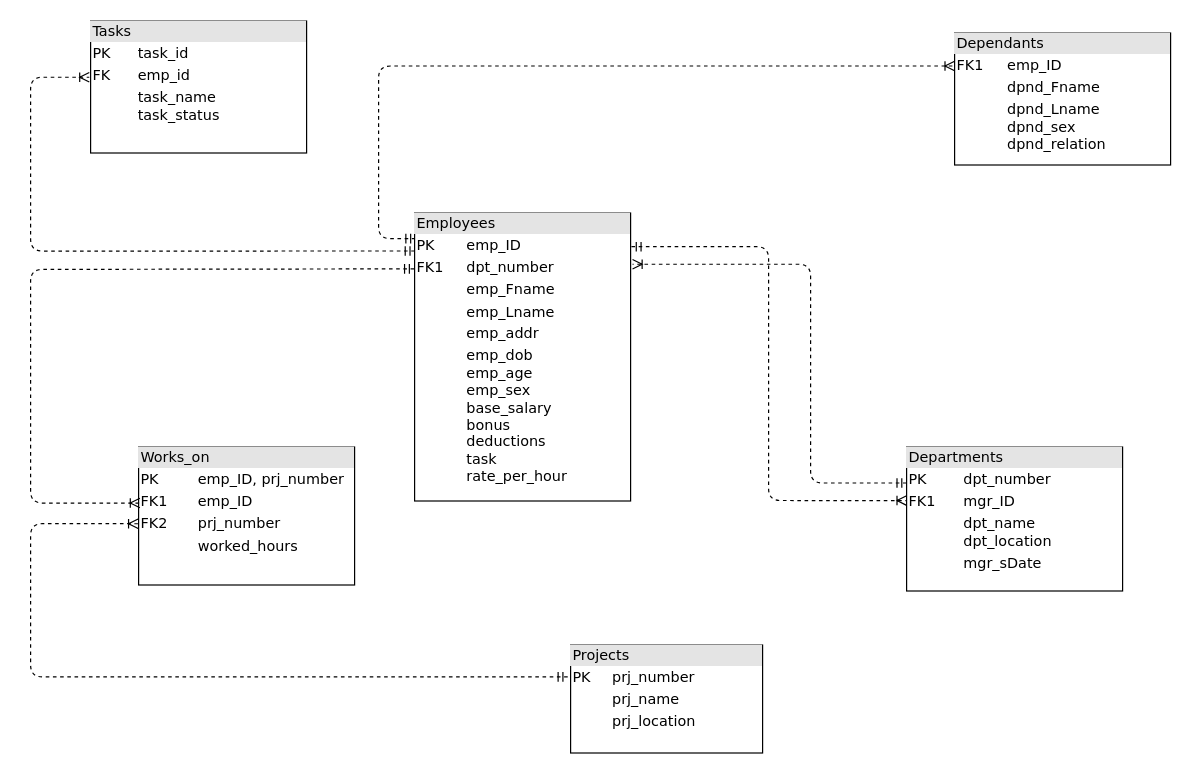
Before: models/ConsptualDiagram.drawio in Alsayed-Aldkhakhni/DB-Project, a draw.io diagram. Source tidied: cells renumbered, new cells numbered last; positions are measured from the earlier drawing's top-left corner, leaving out a move shared by most shapes. Both pictures are drawn from the tidied source at 120%, with x=0, y=0 at pixel (30, 20).
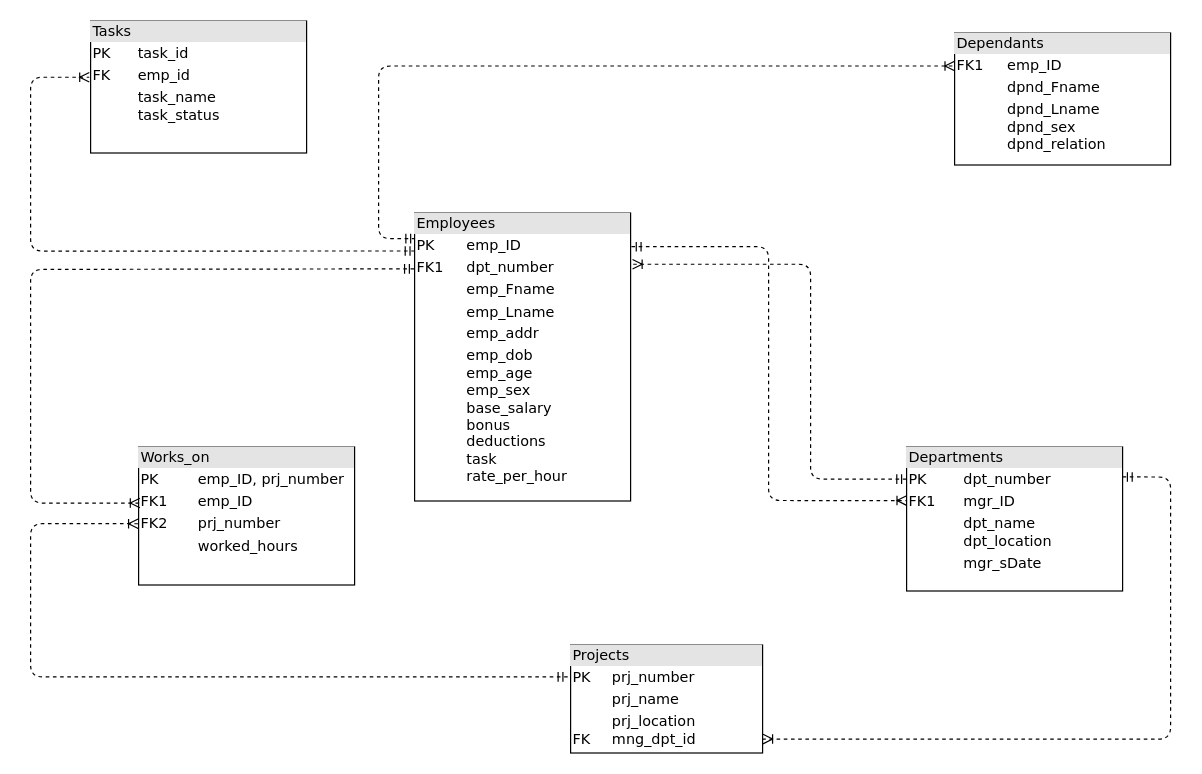
Above is the later version.

Commit message:
Set the relationship between project and department.

Unchanged cells that the change refers to:
```xml
<mxCell id="3" value="&lt;div style=&quot;box-sizing: border-box ; width: 100% ; background: #e4e4e4 ; padding: 2px&quot;&gt;Employees&lt;/div&gt;&lt;table style=&quot;width: 100% ; font-size: 1em&quot; cellpadding=&quot;2&quot; cellspacing=&quot;0&quot;&gt;&lt;tbody&gt;&lt;tr&gt;&lt;td&gt;PK&lt;/td&gt;&lt;td&gt;emp_ID&lt;/td&gt;&lt;/tr&gt;&lt;tr&gt;&lt;td&gt;FK1&lt;/td&gt;&lt;td&gt;dpt_number&lt;/td&gt;&lt;/tr&gt;&lt;tr&gt;&lt;td&gt;&lt;/td&gt;&lt;td&gt;emp_Fname&lt;/td&gt;&lt;/tr&gt;&lt;tr&gt;&lt;td&gt;&lt;br&gt;&lt;/td&gt;&lt;td&gt;emp_Lname&lt;br&gt;&lt;/td&gt;&lt;/tr&gt;&lt;tr&gt;&lt;td&gt;&lt;br&gt;&lt;/td&gt;&lt;td&gt;emp_addr&lt;br&gt;&lt;/td&gt;&lt;/tr&gt;&lt;tr&gt;&lt;td&gt;&lt;br&gt;&lt;/td&gt;&lt;td&gt;emp_dob&lt;br&gt;emp_age&lt;br&gt;emp_sex&lt;br&gt;base_salary&lt;br&gt;bonus&lt;br&gt;deductions&lt;br&gt;task&lt;br&gt;rate_per_hour&lt;br&gt;&lt;/td&gt;&lt;/tr&gt;&lt;/tbody&gt;&lt;/table&gt;" style="verticalAlign=top;align=left;overflow=fill;html=1;rounded=0;shadow=0;comic=0;labelBackgroundColor=none;strokeWidth=1;fontFamily=Verdana;fontSize=12;" parent="1" vertex="1">
  <mxGeometry x="320" y="160" width="180" height="240" as="geometry" />
</mxCell>
<mxCell id="6" value="&lt;div style=&quot;box-sizing: border-box ; width: 100% ; background: #e4e4e4 ; padding: 2px&quot;&gt;Departments&lt;/div&gt;&lt;table style=&quot;width: 100% ; font-size: 1em&quot; cellpadding=&quot;2&quot; cellspacing=&quot;0&quot;&gt;&lt;tbody&gt;&lt;tr&gt;&lt;td&gt;PK&lt;/td&gt;&lt;td&gt;dpt_number&lt;/td&gt;&lt;/tr&gt;&lt;tr&gt;&lt;td&gt;FK1&lt;/td&gt;&lt;td&gt;mgr_ID&lt;/td&gt;&lt;/tr&gt;&lt;tr&gt;&lt;td&gt;&lt;br&gt;&lt;/td&gt;&lt;td&gt;dpt_name&lt;br&gt;dpt_location&lt;br&gt;&lt;/td&gt;&lt;/tr&gt;&lt;tr&gt;&lt;td&gt;&lt;br&gt;&lt;/td&gt;&lt;td&gt;mgr_sDate&lt;/td&gt;&lt;/tr&gt;&lt;tr&gt;&lt;td&gt;&lt;br&gt;&lt;/td&gt;&lt;td&gt;&lt;br&gt;&lt;/td&gt;&lt;/tr&gt;&lt;tr&gt;&lt;td&gt;&lt;br&gt;&lt;/td&gt;&lt;td&gt;&lt;br&gt;&lt;/td&gt;&lt;/tr&gt;&lt;tr&gt;&lt;td&gt;&lt;br&gt;&lt;/td&gt;&lt;td&gt;&lt;br&gt;&lt;/td&gt;&lt;/tr&gt;&lt;tr&gt;&lt;td&gt;&lt;br&gt;&lt;/td&gt;&lt;td&gt;&lt;br&gt;&lt;/td&gt;&lt;/tr&gt;&lt;tr&gt;&lt;td&gt;&lt;br&gt;&lt;/td&gt;&lt;td&gt;&lt;br&gt;&lt;/td&gt;&lt;/tr&gt;&lt;tr&gt;&lt;td&gt;&lt;br&gt;&lt;/td&gt;&lt;td&gt;&lt;br&gt;&lt;/td&gt;&lt;/tr&gt;&lt;tr&gt;&lt;td&gt;&lt;br&gt;&lt;/td&gt;&lt;td&gt;&lt;br&gt;&lt;/td&gt;&lt;/tr&gt;&lt;tr&gt;&lt;td&gt;&lt;br&gt;&lt;/td&gt;&lt;td&gt;&lt;br&gt;&lt;/td&gt;&lt;/tr&gt;&lt;/tbody&gt;&lt;/table&gt;" style="verticalAlign=top;align=left;overflow=fill;html=1;rounded=0;shadow=0;comic=0;labelBackgroundColor=none;strokeWidth=1;fontFamily=Verdana;fontSize=12;" parent="1" vertex="1">
  <mxGeometry x="730" y="355" width="180" height="120" as="geometry" />
</mxCell>
```

The edit, as a diff of the source:
```diff
@@
-    <mxCell id="5" value="&lt;div style=&quot;box-sizing:border-box;width:100%;background:#e4e4e4;padding:2px;&quot;&gt;Projects&lt;/div&gt;&lt;table style=&quot;width:100%;font-size:1em;&quot; cellpadding=&quot;2&quot; cellspacing=&quot;0&quot;&gt;&lt;tbody&gt;&lt;tr&gt;&lt;td&gt;PK&lt;/td&gt;&lt;td&gt;prj_number&lt;/td&gt;&lt;/tr&gt;&lt;tr&gt;&lt;td&gt;&lt;br&gt;&lt;/td&gt;&lt;td&gt;prj_name&lt;/td&gt;&lt;/tr&gt;&lt;tr&gt;&lt;td&gt;&lt;/td&gt;&lt;td&gt;prj_location&lt;/td&gt;&lt;/tr&gt;&lt;/tbody&gt;&lt;/table&gt;" style="verticalAlign=top;align=left;overflow=fill;html=1;rounded=0;shadow=0;comic=0;labelBackgroundColor=none;strokeWidth=1;fontFamily=Verdana;fontSize=12;" parent="1" vertex="1">
+    <mxCell id="5" value="&lt;div style=&quot;box-sizing:border-box;width:100%;background:#e4e4e4;padding:2px;&quot;&gt;Projects&lt;/div&gt;&lt;table style=&quot;width:100%;font-size:1em;&quot; cellpadding=&quot;2&quot; cellspacing=&quot;0&quot;&gt;&lt;tbody&gt;&lt;tr&gt;&lt;td&gt;PK&lt;/td&gt;&lt;td&gt;prj_number&lt;/td&gt;&lt;/tr&gt;&lt;tr&gt;&lt;td&gt;&lt;br&gt;&lt;/td&gt;&lt;td&gt;prj_name&lt;/td&gt;&lt;/tr&gt;&lt;tr&gt;&lt;td&gt;&lt;br&gt;FK&lt;/td&gt;&lt;td&gt;prj_location&lt;br&gt;mng_dpt_id&lt;/td&gt;&lt;/tr&gt;&lt;/tbody&gt;&lt;/table&gt;" style="verticalAlign=top;align=left;overflow=fill;html=1;rounded=0;shadow=0;comic=0;labelBackgroundColor=none;strokeWidth=1;fontFamily=Verdana;fontSize=12;" parent="1" vertex="1">
       <mxGeometry x="450" y="520" width="160" height="90" as="geometry" />
     </mxCell>
@@
-    <mxCell id="11" style="edgeStyle=orthogonalEdgeStyle;html=1;dashed=1;labelBackgroundColor=none;startArrow=ERmandOne;endArrow=ERoneToMany;fontFamily=Verdana;fontSize=12;align=left;exitX=0;exitY=0.25;exitDx=0;exitDy=0;entryX=1.009;entryY=0.178;entryDx=0;entryDy=0;entryPerimeter=0;" parent="1" edge="1" source="6" target="3">
+    <mxCell id="11" style="edgeStyle=orthogonalEdgeStyle;html=1;dashed=1;labelBackgroundColor=none;startArrow=ERmandOne;endArrow=ERoneToMany;fontFamily=Verdana;fontSize=12;align=left;exitX=-0.001;exitY=0.223;exitDx=0;exitDy=0;entryX=1.009;entryY=0.178;entryDx=0;entryDy=0;entryPerimeter=0;exitPerimeter=0;" parent="1" edge="1" source="6" target="3">
       <mxGeometry relative="1" as="geometry">
         <Array as="points">
-          <mxPoint x="650" y="360" />
+          <mxPoint x="650" y="382" />
           <mxPoint x="650" y="203" />
-          <mxPoint x="530" y="203" />
         </Array>
       </mxGeometry>
     </mxCell>
@@
+    <mxCell id="14" style="edgeStyle=orthogonalEdgeStyle;html=1;dashed=1;labelBackgroundColor=none;startArrow=ERmandOne;endArrow=ERoneToMany;fontFamily=Verdana;fontSize=12;align=left;exitX=1;exitY=0.208;exitDx=0;exitDy=0;exitPerimeter=0;entryX=1.002;entryY=0.871;entryDx=0;entryDy=0;entryPerimeter=0;" parent="1" edge="1" source="6" target="5">
+      <mxGeometry relative="1" as="geometry">
+        <Array as="points">
+          <mxPoint x="950" y="380" />
+          <mxPoint x="950" y="598" />
+        </Array>
+      </mxGeometry>
+    </mxCell>
```
